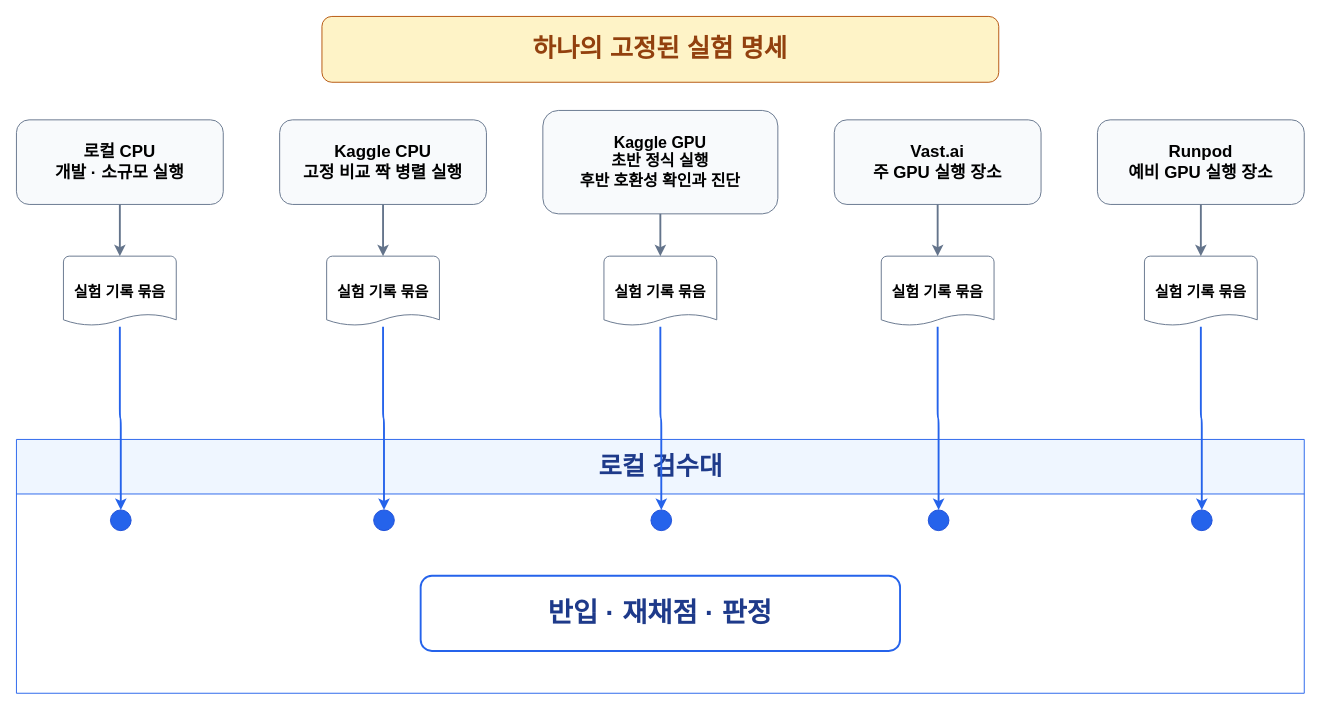
This is docs/presentation/assets/retrospective-execution-system.drawio from tmheo/predicting-smartphone-addiction, a draw.io file, before an edit. Source tidied: cells renumbered, new cells numbered last; positions are measured from the earlier drawing's top-left corner, leaving out a move shared by most shapes. Both pictures are drawn from the tidied source at 94%, with x=0, y=0 at pixel (16, 16).
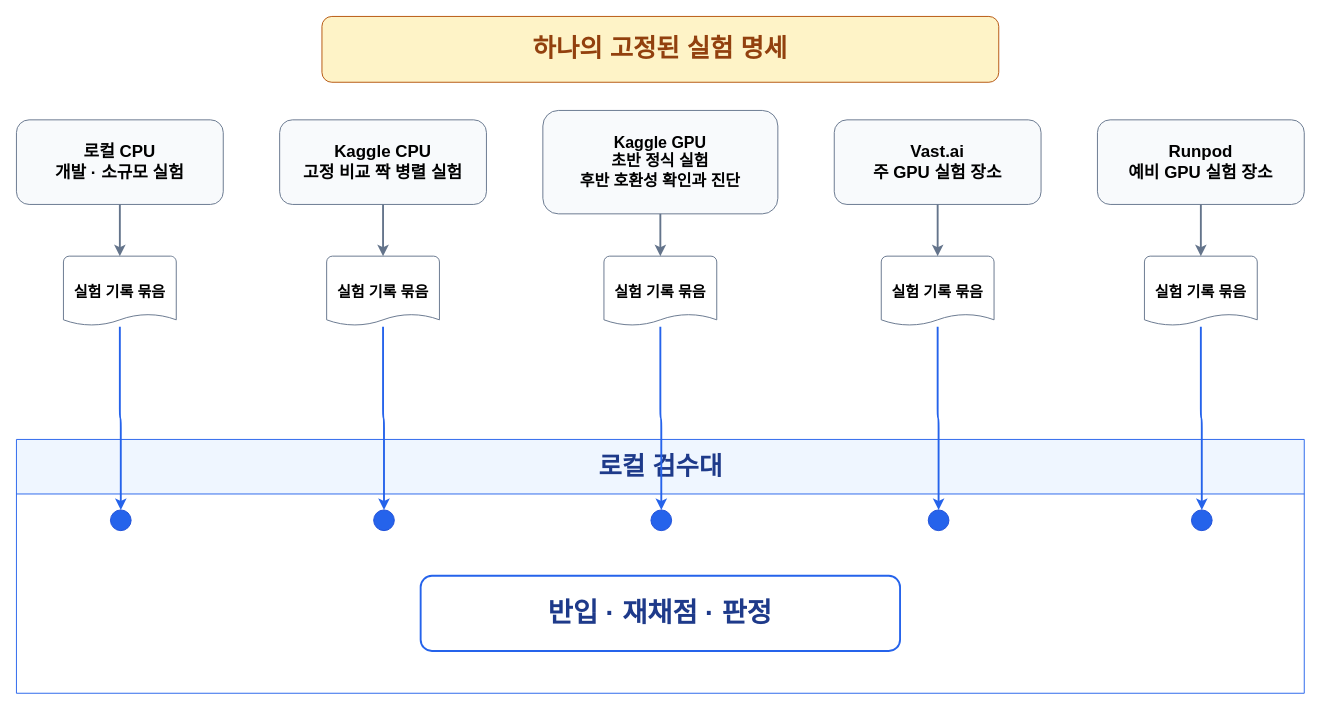
The same diagram, later.

Diff of the diagram source:
```diff
@@
-    <mxCell id="3" value="로컬 CPU&#10;개발 · 소규모 실행" style="rounded=1;whiteSpace=wrap;html=1;fillColor=#f8fafc;strokeColor=#64748b;fontStyle=1;fontSize=18;" parent="1" vertex="1">
+    <mxCell id="3" value="로컬 CPU&#10;개발 · 소규모 실험" style="rounded=1;whiteSpace=wrap;html=1;fillColor=#f8fafc;strokeColor=#64748b;fontStyle=1;fontSize=18;" parent="1" vertex="1">
       <mxGeometry y="110" width="220" height="90" as="geometry" />
     </mxCell>
-    <mxCell id="4" value="Kaggle CPU&#10;고정 비교 짝 병렬 실행" style="rounded=1;whiteSpace=wrap;html=1;fillColor=#f8fafc;strokeColor=#64748b;fontStyle=1;fontSize=18;" parent="1" vertex="1">
+    <mxCell id="4" value="Kaggle CPU&#10;고정 비교 짝 병렬 실험" style="rounded=1;whiteSpace=wrap;html=1;fillColor=#f8fafc;strokeColor=#64748b;fontStyle=1;fontSize=18;" parent="1" vertex="1">
       <mxGeometry x="280" y="110" width="220" height="90" as="geometry" />
     </mxCell>
-    <mxCell id="5" value="Kaggle GPU&#10;초반 정식 실행&#10;후반 호환성 확인과 진단" style="rounded=1;whiteSpace=wrap;html=1;fillColor=#f8fafc;strokeColor=#64748b;fontStyle=1;fontSize=17;" parent="1" vertex="1">
+    <mxCell id="5" value="Kaggle GPU&#10;초반 정식 실험&#10;후반 호환성 확인과 진단" style="rounded=1;whiteSpace=wrap;html=1;fillColor=#f8fafc;strokeColor=#64748b;fontStyle=1;fontSize=17;" parent="1" vertex="1">
       <mxGeometry x="560" y="100" width="250" height="110" as="geometry" />
     </mxCell>
-    <mxCell id="6" value="Vast.ai&#10;주 GPU 실행 장소" style="rounded=1;whiteSpace=wrap;html=1;fillColor=#f8fafc;strokeColor=#64748b;fontStyle=1;fontSize=18;" parent="1" vertex="1">
+    <mxCell id="6" value="Vast.ai&#10;주 GPU 실험 장소" style="rounded=1;whiteSpace=wrap;html=1;fillColor=#f8fafc;strokeColor=#64748b;fontStyle=1;fontSize=18;" parent="1" vertex="1">
       <mxGeometry x="870" y="110" width="220" height="90" as="geometry" />
     </mxCell>
-    <mxCell id="7" value="Runpod&#10;예비 GPU 실행 장소" style="rounded=1;whiteSpace=wrap;html=1;fillColor=#f8fafc;strokeColor=#64748b;fontStyle=1;fontSize=18;" parent="1" vertex="1">
+    <mxCell id="7" value="Runpod&#10;예비 GPU 실험 장소" style="rounded=1;whiteSpace=wrap;html=1;fillColor=#f8fafc;strokeColor=#64748b;fontStyle=1;fontSize=18;" parent="1" vertex="1">
       <mxGeometry x="1150" y="110" width="220" height="90" as="geometry" />
     </mxCell>
```
